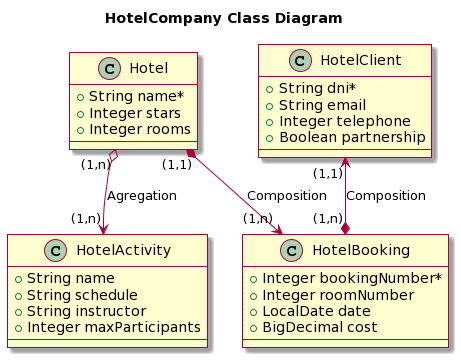
Before: docs/hotel.model.png, a diagram exported from PlantUML (wzzzzwwzw/apaw-practice).
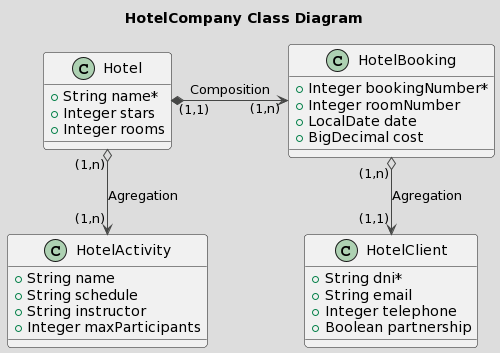
After the commit.

Commit message:
Hotel model updated #465

The edit, as a diff of the source:
```diff
@@ -1,12 +1,13 @@
 @startuml
-skin rose
+!theme toy
+
 
 title HotelCompany Class Diagram
 
 
-Hotel "(1,1)" *--> "(1,n)" HotelBooking: Composition
+Hotel "(1,1)" *--Right> "(1,n)" HotelBooking: Composition
 Hotel "(1,n)" o--> "(1,n)" HotelActivity: Agregation
-HotelClient "(1,1)" <--* "(1,n)" HotelBooking: Composition
+HotelBooking "(1,n)" o--> "(1,1)" HotelClient: Agregation
 
 class Hotel {
   +String name*
```
